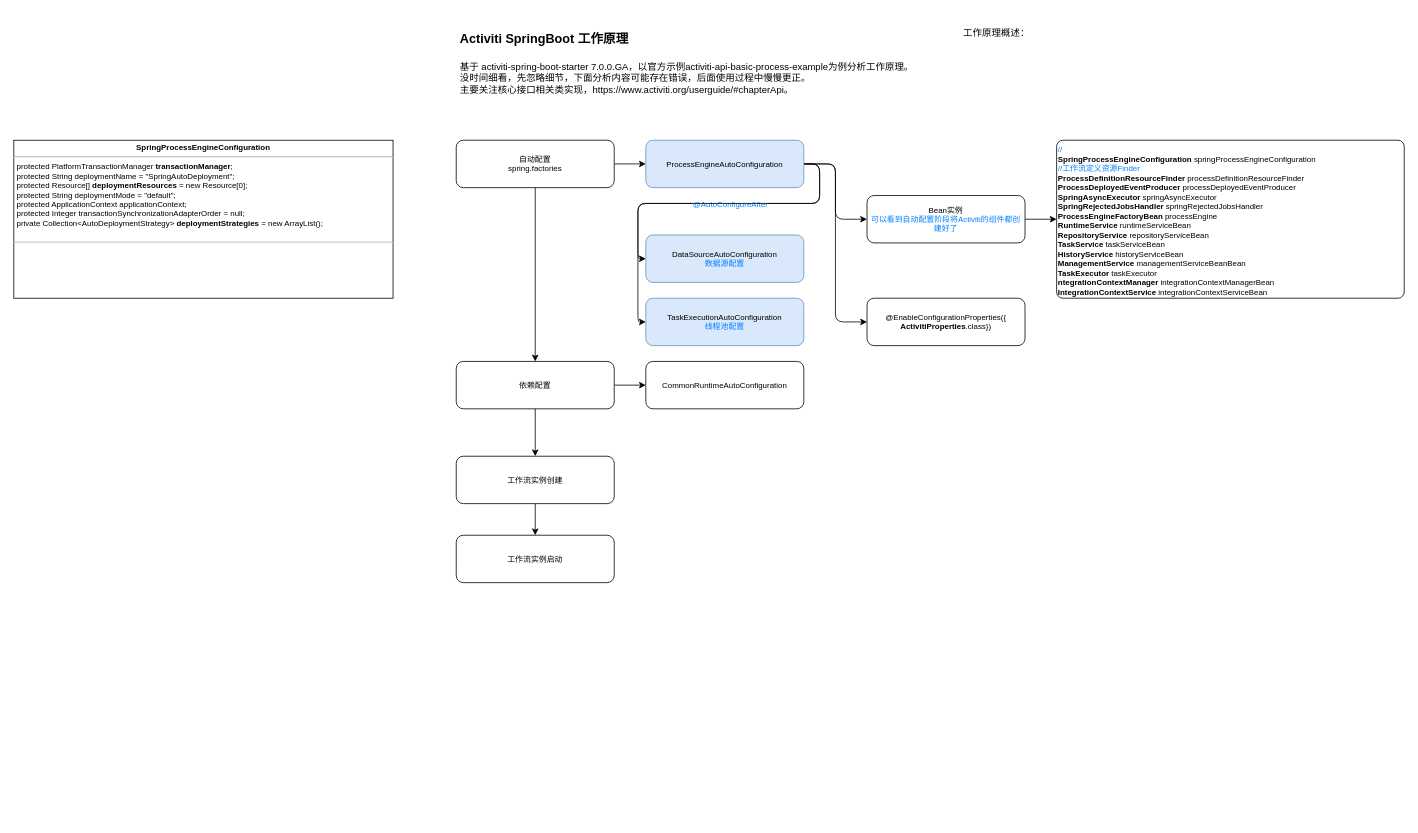
Above: page "SpringBoot整合Activiti7原理" (2 of 2) of docs/java/workflow-engine/activiti/activiti.drawio in kwseeker/framework-src-guide (draw.io), before the change. Source tidied: cells renumbered, new cells numbered last; positions are measured from the earlier drawing's top-left corner, leaving out a move shared by most shapes. Both pictures are drawn from the tidied source at 79%, with x=0, y=0 at pixel (13, 21).
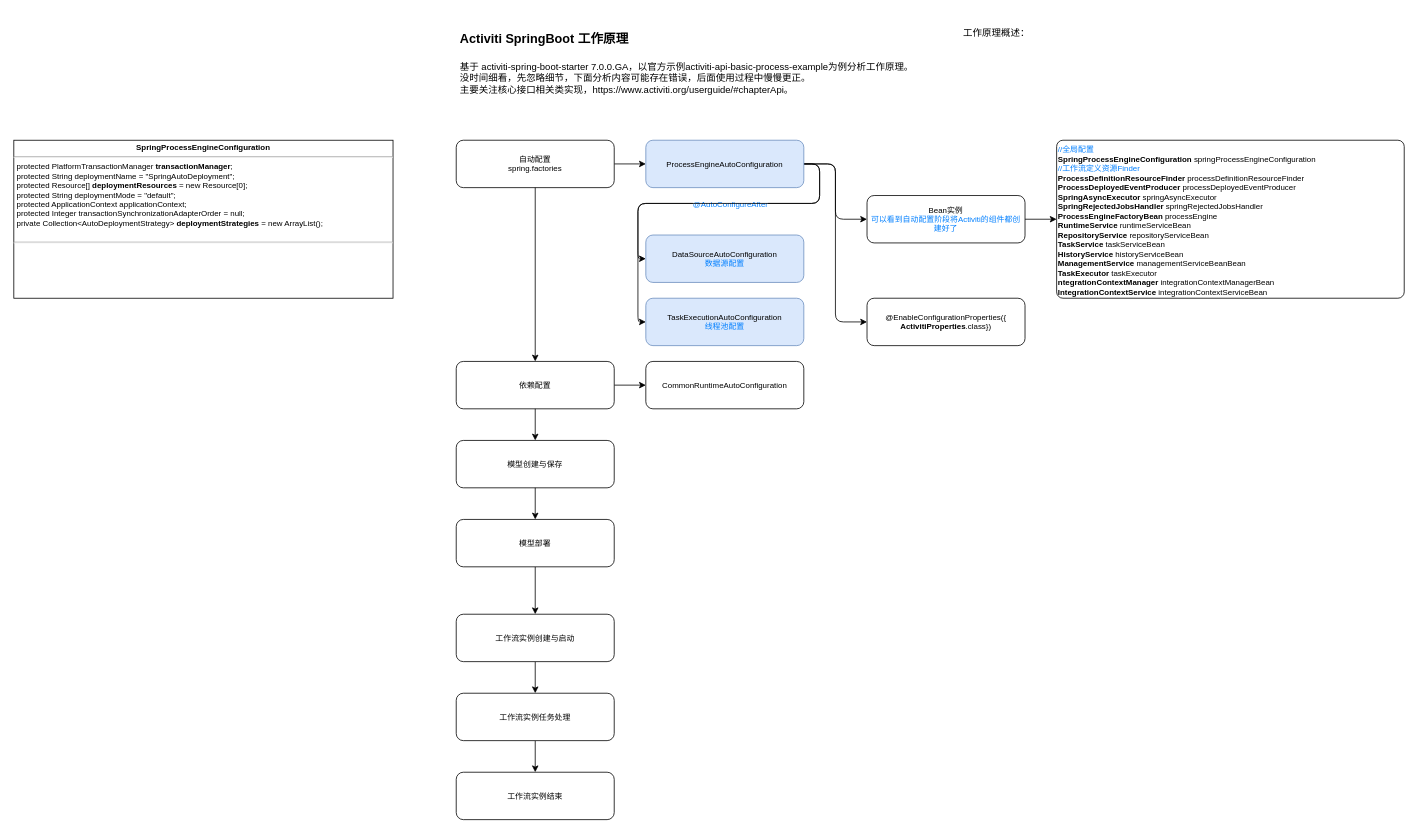
After the change.

The change refers to these unchanged cells:
```xml
<mxCell id="25" value="依赖配置" style="rounded=1;whiteSpace=wrap;html=1;fontSize=10;" parent="1" vertex="1">
  <mxGeometry x="560" y="430" width="200" height="60" as="geometry" />
</mxCell>
```

Diff of the diagram source:
```diff
@@
-    <mxCell id="4" style="edgeStyle=orthogonalEdgeStyle;rounded=1;jettySize=auto;html=1;exitX=0.5;exitY=1;exitDx=0;exitDy=0;" parent="1" edge="1" source="25" target="19">
+    <mxCell id="4" style="edgeStyle=orthogonalEdgeStyle;rounded=1;jettySize=auto;html=1;exitX=0.5;exitY=1;exitDx=0;exitDy=0;" parent="1" edge="1" source="31" target="19">
       <mxGeometry relative="1" as="geometry" />
     </mxCell>
@@
-    <mxCell id="14" value="&lt;font color=&quot;#007fff&quot;&gt;//&lt;/font&gt;&lt;br&gt;&lt;b&gt;SpringProcessEngineConfiguration&lt;/b&gt; springProcessEngineConfiguration&lt;br&gt;&lt;font color=&quot;#007fff&quot;&gt;//工作流定义资源Finder&lt;br&gt;&lt;/font&gt;&lt;b&gt;ProcessDefinitionResourceFinder&lt;/b&gt; processDefinitionResourceFinder&amp;nbsp;&lt;br&gt;&lt;b&gt;ProcessDeployedEventProducer&lt;/b&gt; processDeployedEventProducer&lt;br&gt;&lt;b&gt;SpringAsyncExecutor&lt;/b&gt; springAsyncExecutor&lt;br&gt;&lt;b&gt;SpringRejectedJobsHandler&lt;/b&gt; springRejectedJobsHandler&lt;br&gt;&lt;b&gt;ProcessEngineFactoryBean&lt;/b&gt; processEngine&lt;br&gt;&lt;b&gt;RuntimeService&lt;/b&gt; runtimeServiceBean&lt;br&gt;&lt;b&gt;RepositoryService&lt;/b&gt; repositoryServiceBean&lt;br&gt;&lt;b&gt;TaskService&lt;/b&gt; taskServiceBean&lt;br&gt;&lt;b&gt;HistoryService&lt;/b&gt; historyServiceBean&lt;br&gt;&lt;b&gt;ManagementService&lt;/b&gt; managementServiceBeanBean&lt;br&gt;&lt;b&gt;TaskExecutor&lt;/b&gt; taskExecutor&lt;br&gt;&lt;b&gt;ntegrationContextManager&lt;/b&gt; integrationContextManagerBean&lt;br&gt;&lt;b&gt;IntegrationContextService&lt;/b&gt; integrationContextServiceBean" style="rounded=1;whiteSpace=wrap;html=1;fontSize=10;align=left;arcSize=4;verticalAlign=top;" parent="1" vertex="1">
+    <mxCell id="14" value="&lt;font color=&quot;#007fff&quot;&gt;//全局配置&lt;/font&gt;&lt;br&gt;&lt;b&gt;SpringProcessEngineConfiguration&lt;/b&gt; springProcessEngineConfiguration&lt;br&gt;&lt;font color=&quot;#007fff&quot;&gt;//工作流定义资源Finder&lt;br&gt;&lt;/font&gt;&lt;b&gt;ProcessDefinitionResourceFinder&lt;/b&gt; processDefinitionResourceFinder&amp;nbsp;&lt;br&gt;&lt;b&gt;ProcessDeployedEventProducer&lt;/b&gt; processDeployedEventProducer&lt;br&gt;&lt;b&gt;SpringAsyncExecutor&lt;/b&gt; springAsyncExecutor&lt;br&gt;&lt;b&gt;SpringRejectedJobsHandler&lt;/b&gt; springRejectedJobsHandler&lt;br&gt;&lt;b&gt;ProcessEngineFactoryBean&lt;/b&gt; processEngine&lt;br&gt;&lt;b&gt;RuntimeService&lt;/b&gt; runtimeServiceBean&lt;br&gt;&lt;b&gt;RepositoryService&lt;/b&gt; repositoryServiceBean&lt;br&gt;&lt;b&gt;TaskService&lt;/b&gt; taskServiceBean&lt;br&gt;&lt;b&gt;HistoryService&lt;/b&gt; historyServiceBean&lt;br&gt;&lt;b&gt;ManagementService&lt;/b&gt; managementServiceBeanBean&lt;br&gt;&lt;b&gt;TaskExecutor&lt;/b&gt; taskExecutor&lt;br&gt;&lt;b&gt;ntegrationContextManager&lt;/b&gt; integrationContextManagerBean&lt;br&gt;&lt;b&gt;IntegrationContextService&lt;/b&gt; integrationContextServiceBean" style="rounded=1;whiteSpace=wrap;html=1;fontSize=10;align=left;arcSize=4;verticalAlign=top;" parent="1" vertex="1">
       <mxGeometry x="1320" y="150" width="440" height="200" as="geometry" />
     </mxCell>
@@
-    <mxCell id="19" value="工作流实例创建" style="rounded=1;whiteSpace=wrap;html=1;fontSize=10;" parent="1" vertex="1">
-      <mxGeometry x="560" y="550" width="200" height="60" as="geometry" />
+    <mxCell id="19" value="工作流实例创建与启动" style="rounded=1;whiteSpace=wrap;html=1;fontSize=10;" parent="1" vertex="1">
+      <mxGeometry x="560" y="750" width="200" height="60" as="geometry" />
     </mxCell>
+    <mxCell id="27" style="edgeStyle=orthogonalEdgeStyle;rounded=0;jettySize=auto;html=1;" parent="1" edge="1" source="20" target="32">
+      <mxGeometry relative="1" as="geometry" />
+    </mxCell>
-    <mxCell id="20" value="工作流实例启动" style="rounded=1;whiteSpace=wrap;html=1;fontSize=10;" parent="1" vertex="1">
-      <mxGeometry x="560" y="650" width="200" height="60" as="geometry" />
+    <mxCell id="20" value="工作流实例任务处理" style="rounded=1;whiteSpace=wrap;html=1;fontSize=10;" parent="1" vertex="1">
+      <mxGeometry x="560" y="850" width="200" height="60" as="geometry" />
     </mxCell>
@@
+    <mxCell id="28" style="edgeStyle=orthogonalEdgeStyle;rounded=1;jettySize=auto;html=1;exitX=0.5;exitY=1;exitDx=0;exitDy=0;" parent="1" edge="1" source="25" target="29">
+      <mxGeometry relative="1" as="geometry" />
+    </mxCell>
+    <mxCell id="29" value="模型创建与保存" style="rounded=1;whiteSpace=wrap;html=1;fontSize=10;" parent="1" vertex="1">
+      <mxGeometry x="560" y="530" width="200" height="60" as="geometry" />
+    </mxCell>
+    <mxCell id="30" style="edgeStyle=orthogonalEdgeStyle;rounded=1;jettySize=auto;html=1;exitX=0.5;exitY=1;exitDx=0;exitDy=0;" parent="1" edge="1" source="29" target="31">
+      <mxGeometry relative="1" as="geometry" />
+    </mxCell>
+    <mxCell id="31" value="模型部署" style="rounded=1;whiteSpace=wrap;html=1;fontSize=10;" parent="1" vertex="1">
+      <mxGeometry x="560" y="630" width="200" height="60" as="geometry" />
+    </mxCell>
+    <mxCell id="32" value="工作流实例结束" style="rounded=1;whiteSpace=wrap;html=1;fontSize=10;" parent="1" vertex="1">
+      <mxGeometry x="560" y="950" width="200" height="60" as="geometry" />
+    </mxCell>
```
